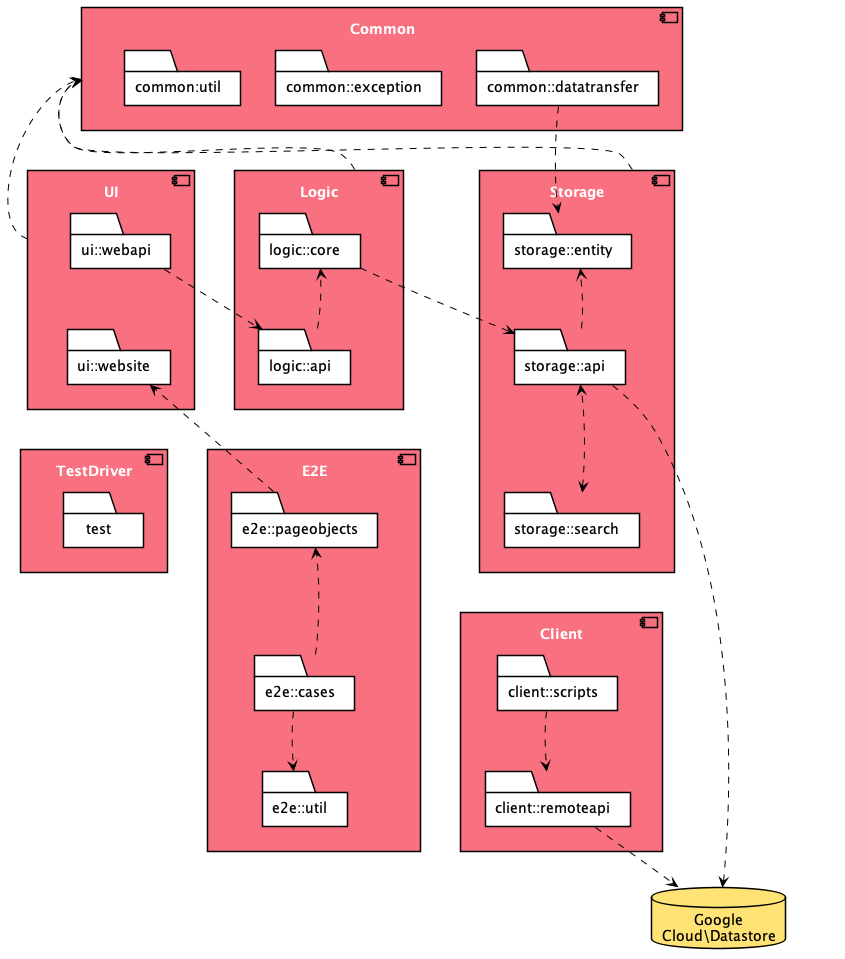
Earlier version of the PlantUML export diagrams/packageDiagram.png (kaixin-hc/teammates). Its source is kept beside it as diagrams/packageDiagram.puml.
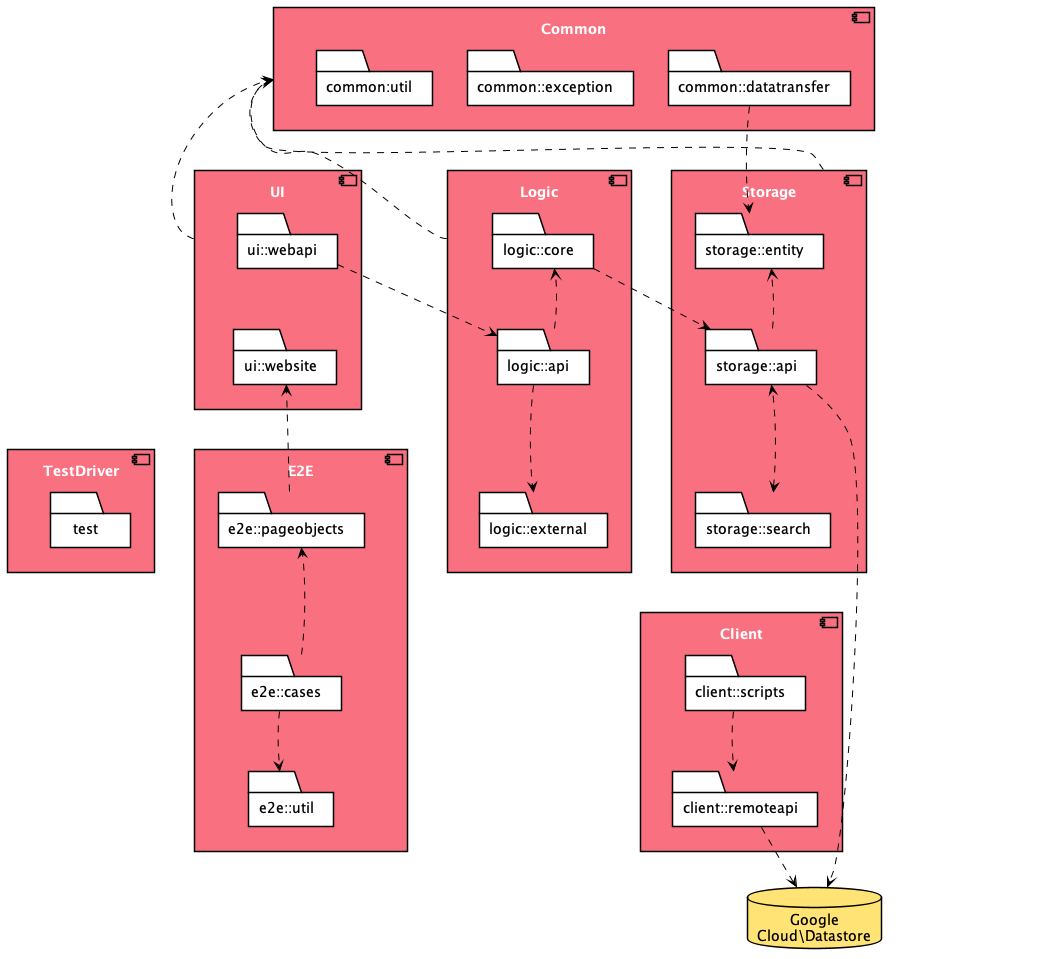
Above is the later version.

Change to the diagram source:
```diff
@@ -19,6 +19,7 @@
 
 component Logic {
     folder "logic::core" as LogicCore
+    folder "logic::external" as LogicExternal
     folder "logic::api" as LogicApi
 }
 
@@ -57,6 +58,7 @@
 ClientRemoteApi ..> GCD
 
 LogicApi ..> LogicCore
+LogicApi ..> LogicExternal
 StorageApi ..> StorageEntity
 StorageSearch <..> StorageApi
 E2ECases ..> E2EPageObjects
@@ -89,6 +91,7 @@
 
 UiWebApi -[hidden]down- UiWebsite
 LogicCore -[hidden]down- LogicApi
+LogicExternal -[hidden]down- LogicApi
 StorageEntity -[hidden]down- StorageApi
 StorageApi -[hidden]down- StorageSearch
 E2EPageObjects -[hidden]down- E2ECases
```
